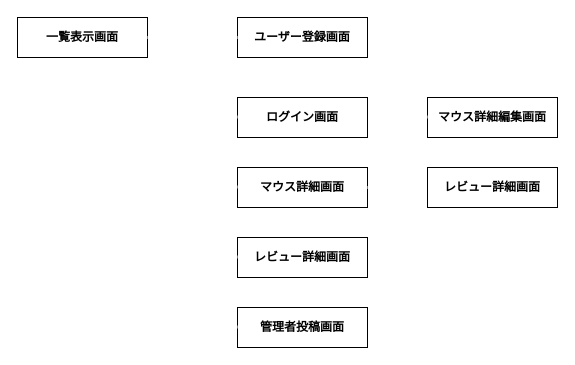
NaoyukiG/mouse_review keeps this draw.io diagram as mouse_review_draw.dio. Above is the earlier version. Source tidied: cells renumbered, new cells numbered last; positions are measured from the earlier drawing's top-left corner, leaving out a move shared by most shapes. Both pictures are drawn from the tidied source at 100%, with x=0, y=0 at pixel (17, 17).
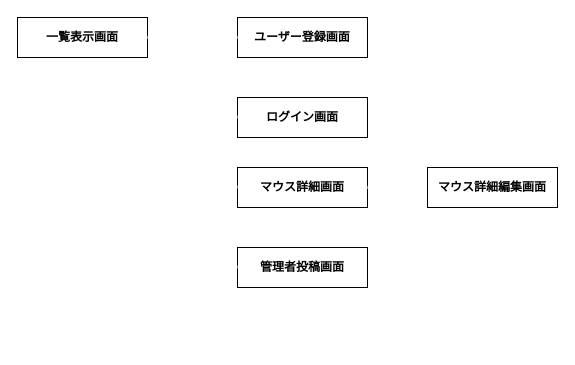
After the change.

Commit message (it also covers changes not shown here):
画面遷移図のスペルを修正

What changed in the source:
```diff
@@
-    <mxCell id="6" value="レビュー詳細画面" style="rounded=0;whiteSpace=wrap;html=1;fillColor=#FFFFFF;strokeColor=#000000;fontColor=#000000;fontStyle=1;" parent="1" vertex="1">
-      <mxGeometry x="220" y="220" width="130" height="40" as="geometry" />
-    </mxCell>
     <mxCell id="7" value="管理者投稿画面" style="rounded=0;whiteSpace=wrap;html=1;fillColor=#FFFFFF;strokeColor=#000000;fontColor=#000000;fontStyle=1;" parent="1" vertex="1">
-      <mxGeometry x="220" y="290" width="130" height="40" as="geometry" />
+      <mxGeometry x="220" y="230" width="130" height="40" as="geometry" />
     </mxCell>
@@
     <mxCell id="9" style="endArrow=none;html=1;fontSize=21;fontColor=#000000;strokeWidth=3;strokeColor=#FFFFFF;fillColor=#f5f5f5;" parent="1" edge="1">
       <mxGeometry relative="1" as="geometry">
-        <mxPoint x="160" y="310" as="sourcePoint" />
+        <mxPoint x="160" y="250" as="sourcePoint" />
         <mxPoint x="160" y="20" as="targetPoint" />
       </mxGeometry>
     </mxCell>
@@
-    <mxCell id="12" style="endArrow=none;html=1;fontColor=#000000;entryX=0;entryY=0.5;entryDx=0;entryDy=0;fontSize=21;strokeWidth=3;strokeColor=#FFFFFF;" parent="1" edge="1">
-      <mxGeometry relative="1" as="geometry">
-        <mxPoint x="160" y="240" as="sourcePoint" />
-        <mxPoint x="220" y="239.5" as="targetPoint" />
-      </mxGeometry>
-    </mxCell>
     <mxCell id="13" style="endArrow=none;html=1;fontColor=#000000;entryX=0;entryY=0.5;entryDx=0;entryDy=0;fontSize=21;strokeWidth=3;strokeColor=#FFFFFF;" parent="1" edge="1">
       <mxGeometry relative="1" as="geometry">
-        <mxPoint x="160" y="310" as="sourcePoint" />
-        <mxPoint x="220" y="309.5" as="targetPoint" />
+        <mxPoint x="160" y="250" as="sourcePoint" />
+        <mxPoint x="220" y="249.5" as="targetPoint" />
       </mxGeometry>
     </mxCell>
@@
-    <mxCell id="15" value="レビュー詳細画面" style="rounded=0;whiteSpace=wrap;html=1;fillColor=#FFFFFF;strokeColor=#000000;fontColor=#000000;fontStyle=1;" parent="1" vertex="1">
-      <mxGeometry x="410" y="150" width="130" height="40" as="geometry" />
-    </mxCell>
     <mxCell id="16" value="マウス詳細編集画面" style="rounded=0;whiteSpace=wrap;html=1;fillColor=#FFFFFF;strokeColor=#000000;fontColor=#000000;fontStyle=1;" parent="1" vertex="1">
-      <mxGeometry x="410" y="80" width="130" height="40" as="geometry" />
+      <mxGeometry x="410" y="150" width="130" height="40" as="geometry" />
     </mxCell>
-    <mxCell id="17" style="endArrow=none;html=1;fontColor=#000000;fontSize=21;strokeWidth=3;strokeColor=#FFFFFF;" parent="1" edge="1">
-      <mxGeometry relative="1" as="geometry">
-        <mxPoint x="380" y="100" as="sourcePoint" />
-        <mxPoint x="380" y="170" as="targetPoint" />
-      </mxGeometry>
-    </mxCell>
-    <mxCell id="18" style="endArrow=none;html=1;fontColor=#000000;entryX=0;entryY=0.5;entryDx=0;entryDy=0;fontSize=21;strokeWidth=3;strokeColor=#FFFFFF;" parent="1" edge="1">
-      <mxGeometry relative="1" as="geometry">
-        <mxPoint x="380" y="100" as="sourcePoint" />
-        <mxPoint x="410" y="99.5" as="targetPoint" />
-      </mxGeometry>
-    </mxCell>
```
